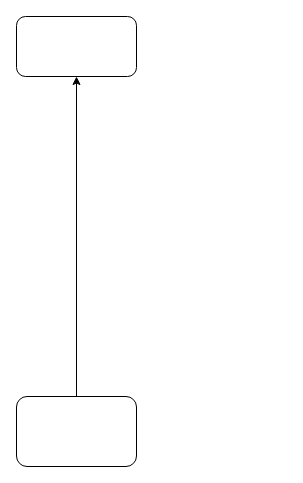
This is Testdiagramm.drawio from Felix-dl/testrepo, a draw.io file, before an edit. Source tidied: cells renumbered, new cells numbered last; positions are measured from the earlier drawing's top-left corner, leaving out a move shared by most shapes. Both pictures are drawn from the tidied source at 100%, with x=0, y=0 at pixel (16, 16).
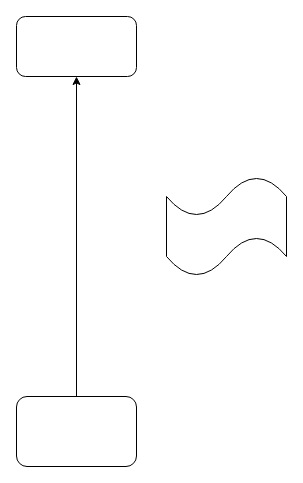
Above is the later version.

What changed in the source:
```diff
@@
 <mxGraphModel>
   <root>
     <mxCell id="0" />
     <mxCell id="1" parent="0" />
     <mxCell id="2" style="rounded=1;whiteSpace=wrap;html=1;" parent="1" vertex="1">
       <mxGeometry width="120" height="60" as="geometry" />
     </mxCell>
     <mxCell id="3" style="edgeStyle=orthogonalEdgeStyle;rounded=0;jettySize=auto;html=1;" parent="1" edge="1" source="4" target="2">
       <mxGeometry relative="1" as="geometry" />
     </mxCell>
     <mxCell id="4" style="rounded=1;whiteSpace=wrap;html=1;" parent="1" vertex="1">
       <mxGeometry y="380" width="120" height="70" as="geometry" />
     </mxCell>
+    <mxCell id="5" style="shape=tape;whiteSpace=wrap;html=1;" parent="1" vertex="1">
+      <mxGeometry x="150" y="160" width="120" height="100" as="geometry" />
+    </mxCell>
   </root>
 </mxGraphModel>
```
